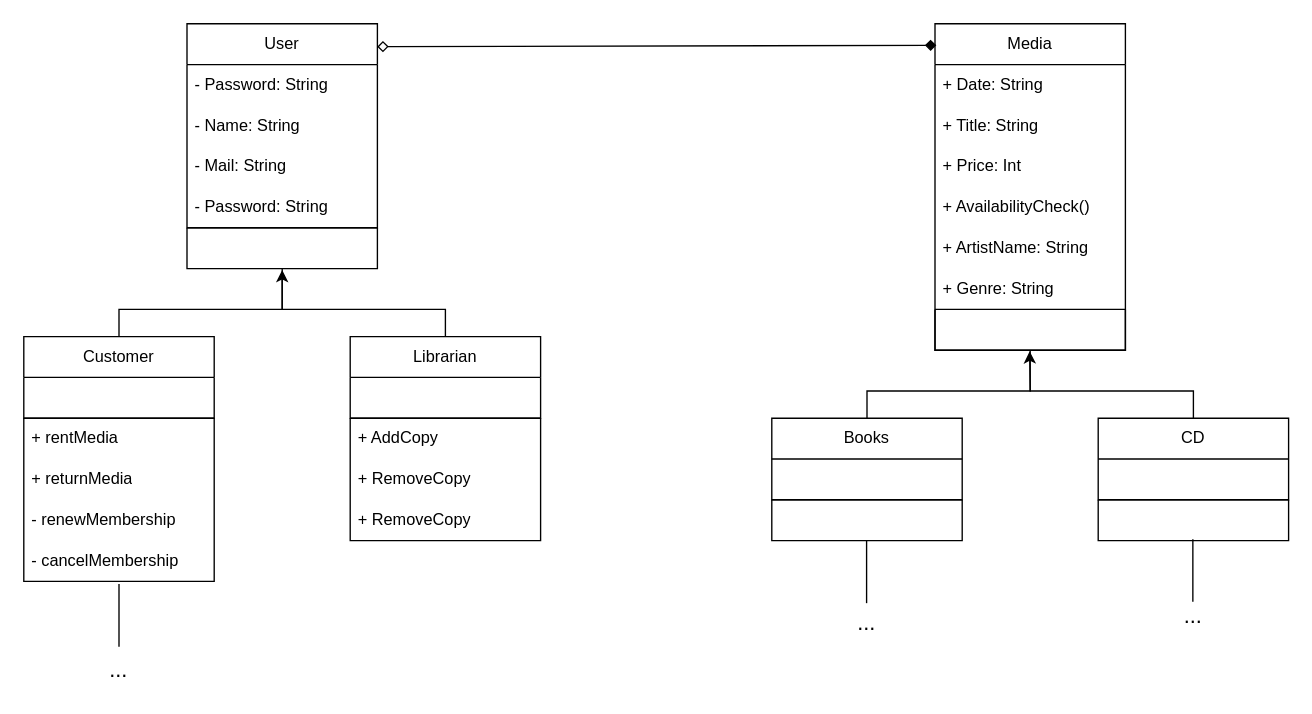
sraosha47/m226 keeps this draw.io diagram as Dokumentation/diagrams/class_library.drawio. Above is the earlier version. Source tidied: cells renumbered, new cells numbered last; positions are measured from the earlier drawing's top-left corner, leaving out a move shared by most shapes. Both pictures are drawn from the tidied source at 136%, with x=0, y=0 at pixel (23, 23).
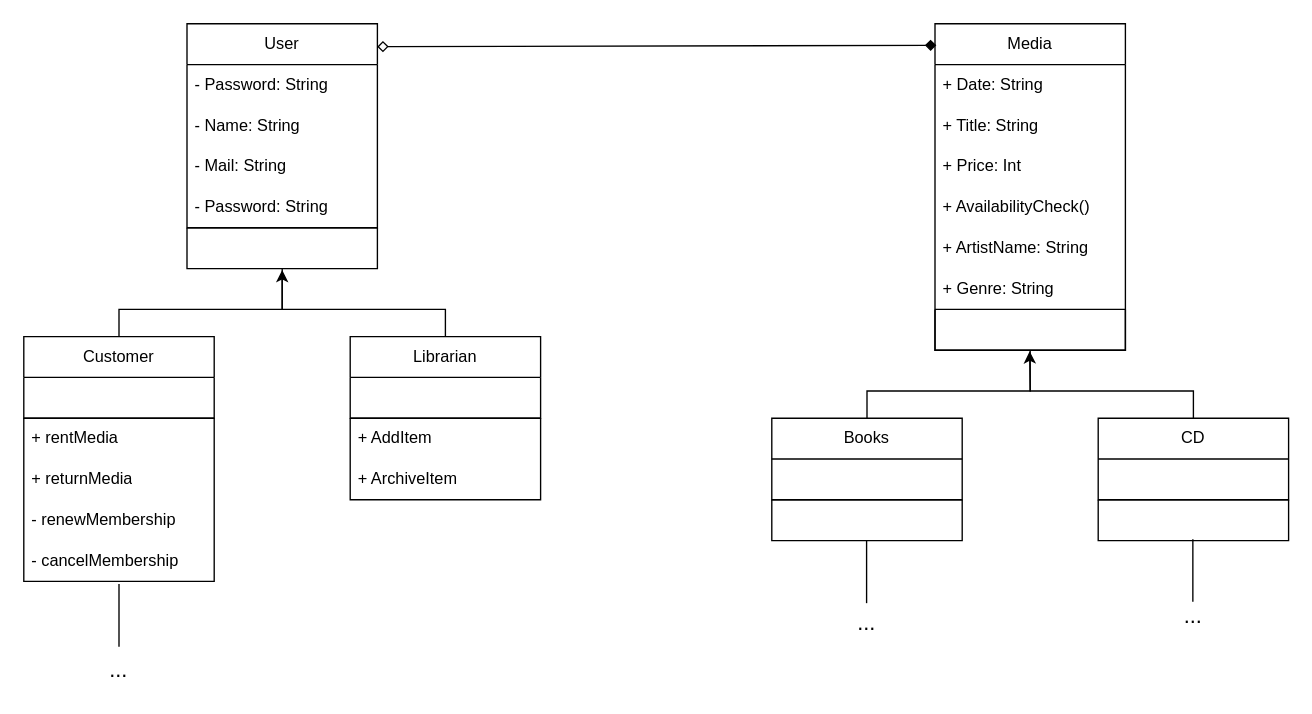
The same diagram, later.

What changed in the source:
```diff
@@
     <mxCell id="30" style="swimlane;fontStyle=0;horizontal=1;startSize=0;whiteSpace=wrap;html=1;" parent="1" vertex="1">
-      <mxGeometry x="240" y="290" width="140" height="90" as="geometry" />
+      <mxGeometry x="240" y="290" width="140" height="60" as="geometry" />
     </mxCell>
-    <mxCell id="31" value="+ AddCopy" style="text;strokeColor=none;fillColor=none;align=left;verticalAlign=middle;spacingLeft=4;spacingRight=4;overflow=hidden;whiteSpace=wrap;html=1;" parent="30" vertex="1">
+    <mxCell id="31" value="+ AddItem" style="text;strokeColor=none;fillColor=none;align=left;verticalAlign=middle;spacingLeft=4;spacingRight=4;overflow=hidden;whiteSpace=wrap;html=1;" parent="30" vertex="1">
       <mxGeometry width="140" height="30" as="geometry" />
     </mxCell>
-    <mxCell id="32" value="+ RemoveCopy" style="text;strokeColor=none;fillColor=none;align=left;verticalAlign=middle;spacingLeft=4;spacingRight=4;overflow=hidden;whiteSpace=wrap;html=1;" parent="30" vertex="1">
+    <mxCell id="32" value="+ ArchiveItem" style="text;strokeColor=none;fillColor=none;align=left;verticalAlign=middle;spacingLeft=4;spacingRight=4;overflow=hidden;whiteSpace=wrap;html=1;" parent="30" vertex="1">
       <mxGeometry y="30" width="140" height="30" as="geometry" />
     </mxCell>
-    <mxCell id="33" value="+ RemoveCopy" style="text;strokeColor=none;fillColor=none;align=left;verticalAlign=middle;spacingLeft=4;spacingRight=4;overflow=hidden;whiteSpace=wrap;html=1;" parent="30" vertex="1">
-      <mxGeometry y="60" width="140" height="30" as="geometry" />
-    </mxCell>
```
